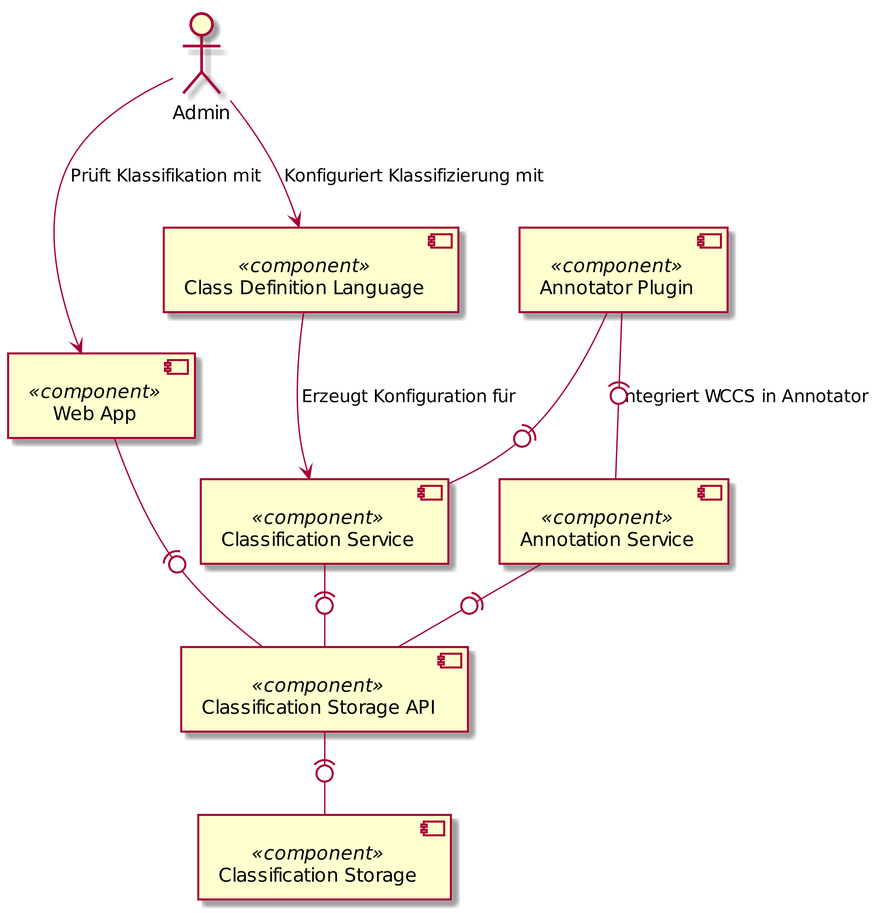
Above: src/main/resources/architecture/wccs_internal_architecture.png in TheGreyKoala/master-thesis (PlantUML), before the change.
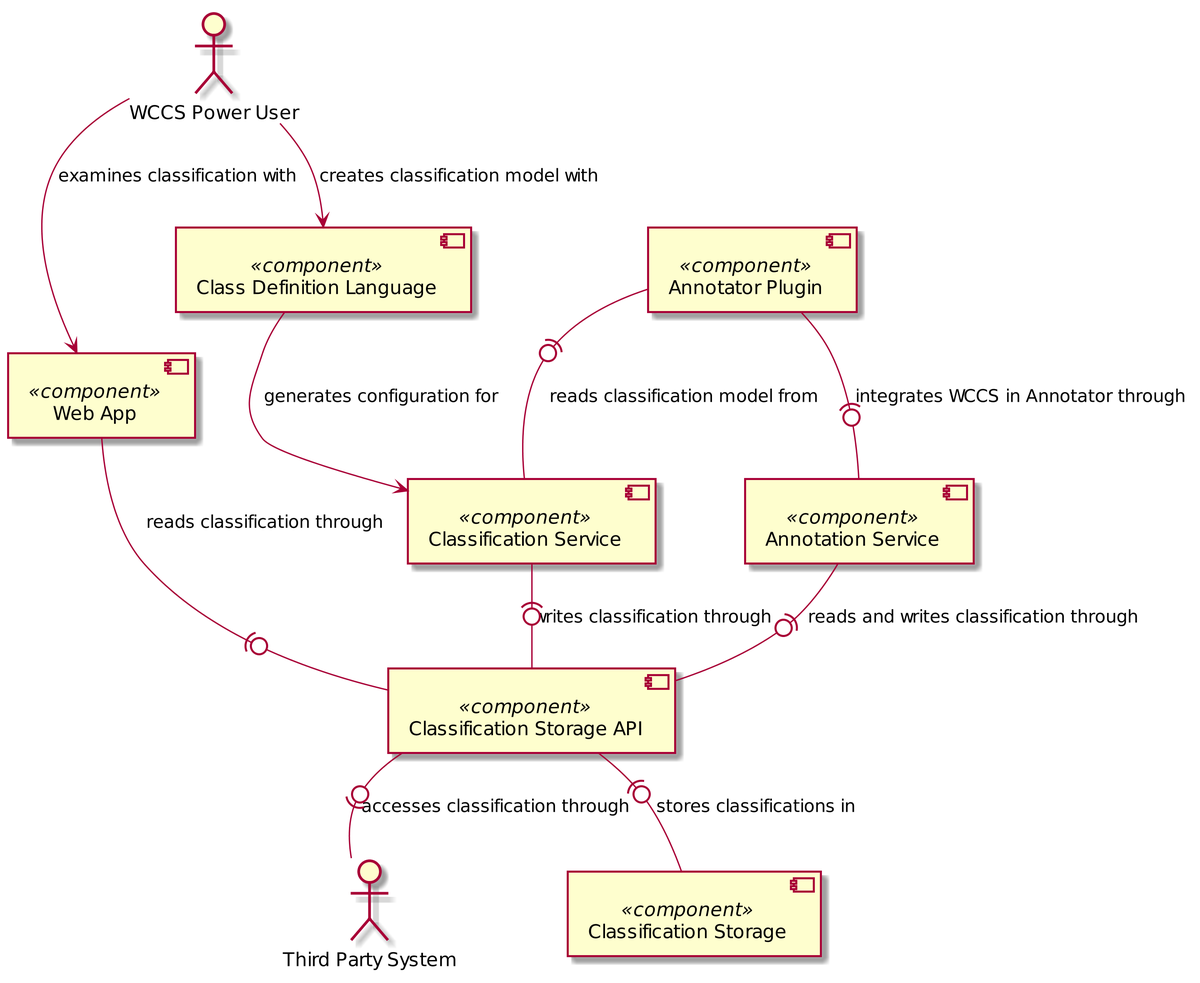
Later version of the same file.

Commit message:
Formulate architecture

Diff of the diagram source:
```diff
@@ -2,7 +2,8 @@
 scale 3.25
 skinparam componentStyle uml2
 
-actor Admin
+actor "WCCS Power User" as Admin
+actor "Third Party System" as classification_processing_system
 
 [Annotator Plugin] <<component>> as annotator_plugin
 [Annotation Service] <<component>> as annotation_service
@@ -12,13 +13,14 @@
 [Classification Storage] <<component>> as classification_storage
 [Web App] <<component>> as web_app
 
-Admin --> web_app : Prüft Klassifikation mit
-Admin --> dsl : Konfiguriert Klassifizierung mit
-annotation_service -(0- classification_storage_api
-annotator_plugin -(0- annotation_service : Integriert WCCS in Annotator
-annotator_plugin -(0- classification_service
-classification_service -(0- classification_storage_api
-classification_storage_api -(0- classification_storage
-dsl --> classification_service : Erzeugt Konfiguration für
-web_app -(0- classification_storage_api
+Admin --> web_app : examines classification with
+Admin --> dsl : creates classification model with
+annotation_service -(0- classification_storage_api : reads and writes classification through
+annotator_plugin -(0- annotation_service : integrates WCCS in Annotator through
+annotator_plugin -(0- classification_service : reads classification model from
+classification_service -(0- classification_storage_api : writes classification through
+classification_storage_api -(0- classification_storage : stores classifications in
+classification_storage_api -0)- classification_processing_system  : accesses classification through
+dsl --> classification_service : generates configuration for
+web_app -(0- classification_storage_api : reads classification through
 @enduml
```
